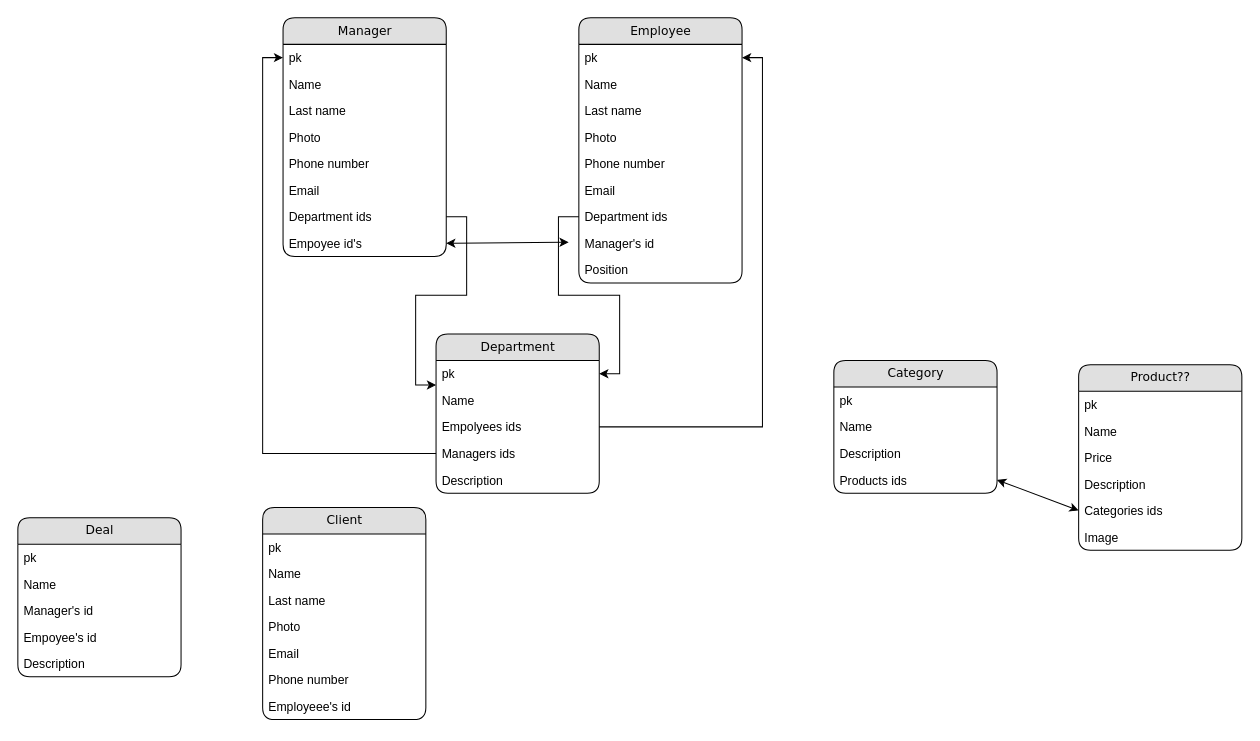
Earlier version of the draw.io diagram Диаграмма без названия.drawio (pythonolegy/crm_montana_backend). Source tidied: cells renumbered, new cells numbered last; positions are measured from the earlier drawing's top-left corner, leaving out a move shared by most shapes. Both pictures are drawn from the tidied source at 102%, with x=0, y=0 at pixel (17, 17).
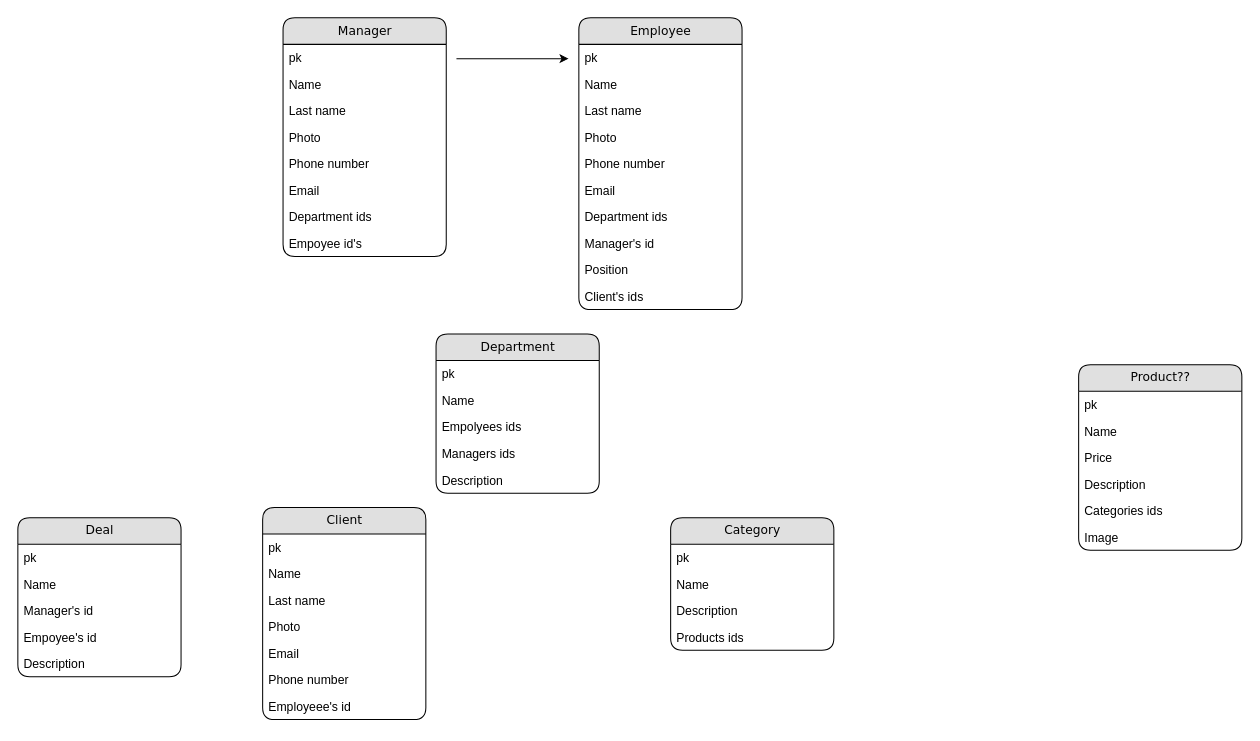
After the change.

Unchanged cells that the change refers to:
```xml
<mxCell id="3" value="pk" style="text;html=1;strokeColor=none;fillColor=none;spacingLeft=4;spacingRight=4;whiteSpace=wrap;overflow=hidden;points=[[0,0.5],[1,0.5]];portConstraint=eastwest;" parent="2" vertex="1">
  <mxGeometry y="26" width="160" height="26" as="geometry" />
</mxCell>
<mxCell id="9" value="Department ids" style="text;html=1;strokeColor=none;fillColor=none;spacingLeft=4;spacingRight=4;whiteSpace=wrap;overflow=hidden;points=[[0,0.5],[1,0.5]];portConstraint=eastwest;" parent="2" vertex="1">
  <mxGeometry y="182" width="160" height="26" as="geometry" />
</mxCell>
<mxCell id="10" value="Empoyee id's" style="text;html=1;strokeColor=none;fillColor=none;spacingLeft=4;spacingRight=4;whiteSpace=wrap;overflow=hidden;points=[[0,0.5],[1,0.5]];portConstraint=eastwest;" parent="2" vertex="1">
  <mxGeometry y="208" width="160" height="26" as="geometry" />
</mxCell>
<mxCell id="12" value="pk" style="text;html=1;strokeColor=none;fillColor=none;spacingLeft=4;spacingRight=4;whiteSpace=wrap;overflow=hidden;points=[[0,0.5],[1,0.5]];portConstraint=eastwest;" parent="11" vertex="1">
  <mxGeometry y="26" width="160" height="26" as="geometry" />
</mxCell>
<mxCell id="18" value="Department ids" style="text;html=1;strokeColor=none;fillColor=none;spacingLeft=4;spacingRight=4;whiteSpace=wrap;overflow=hidden;points=[[0,0.5],[1,0.5]];portConstraint=eastwest;" parent="11" vertex="1">
  <mxGeometry y="182" width="160" height="26" as="geometry" />
</mxCell>
<mxCell id="22" value="pk" style="text;html=1;strokeColor=none;fillColor=none;spacingLeft=4;spacingRight=4;whiteSpace=wrap;overflow=hidden;points=[[0,0.5],[1,0.5]];portConstraint=eastwest;" parent="21" vertex="1">
  <mxGeometry y="26" width="160" height="26" as="geometry" />
</mxCell>
<mxCell id="24" value="Empolyees ids" style="text;html=1;strokeColor=none;fillColor=none;spacingLeft=4;spacingRight=4;whiteSpace=wrap;overflow=hidden;points=[[0,0.5],[1,0.5]];portConstraint=eastwest;" parent="21" vertex="1">
  <mxGeometry y="78" width="160" height="26" as="geometry" />
</mxCell>
<mxCell id="25" value="Managers ids" style="text;html=1;strokeColor=none;fillColor=none;spacingLeft=4;spacingRight=4;whiteSpace=wrap;overflow=hidden;points=[[0,0.5],[1,0.5]];portConstraint=eastwest;" parent="21" vertex="1">
  <mxGeometry y="104" width="160" height="26" as="geometry" />
</mxCell>
<mxCell id="46" value="Categories ids" style="text;html=1;strokeColor=none;fillColor=none;spacingLeft=4;spacingRight=4;whiteSpace=wrap;overflow=hidden;points=[[0,0.5],[1,0.5]];portConstraint=eastwest;" parent="41" vertex="1">
  <mxGeometry y="130" width="160" height="26" as="geometry" />
</mxCell>
<mxCell id="57" value="Products ids" style="text;html=1;strokeColor=none;fillColor=none;spacingLeft=4;spacingRight=4;whiteSpace=wrap;overflow=hidden;points=[[0,0.5],[1,0.5]];portConstraint=eastwest;" parent="53" vertex="1">
  <mxGeometry y="104" width="160" height="26" as="geometry" />
</mxCell>
```

Change to the diagram source:
```diff
@@
     <mxCell id="11" value="Employee" style="swimlane;html=1;fontStyle=0;horizontal=1;startSize=26;fillColor=#e0e0e0;swimlaneFillColor=#ffffff;align=center;rounded=1;shadow=0;comic=0;labelBackgroundColor=none;strokeWidth=1;fontFamily=Verdana;fontSize=12;" parent="1" vertex="1">
-      <mxGeometry x="550" width="160" height="260" as="geometry" />
+      <mxGeometry x="550" width="160" height="286" as="geometry" />
     </mxCell>
@@
+    <mxCell id="59" value="Client's ids" style="text;html=1;strokeColor=none;fillColor=none;spacingLeft=4;spacingRight=4;whiteSpace=wrap;overflow=hidden;" parent="11" vertex="1">
+      <mxGeometry y="260" width="160" height="26" as="geometry" />
+    </mxCell>
@@
-    <mxCell id="48" style="endArrow=classic;startArrow=classic;html=1;rounded=0;exitX=1;exitY=0.5;exitDx=0;exitDy=0;" parent="1" edge="1" source="10">
-      <mxGeometry relative="1" as="geometry">
-        <mxPoint x="540" y="220" as="targetPoint" />
-      </mxGeometry>
-    </mxCell>
-    <mxCell id="49" style="edgeStyle=orthogonalEdgeStyle;rounded=0;jettySize=auto;html=1;entryX=1;entryY=0.5;entryDx=0;entryDy=0;" parent="1" edge="1" source="24" target="12">
-      <mxGeometry relative="1" as="geometry" />
-    </mxCell>
-    <mxCell id="50" style="edgeStyle=orthogonalEdgeStyle;rounded=0;jettySize=auto;html=1;" parent="1" edge="1" source="18" target="22">
-      <mxGeometry relative="1" as="geometry" />
-    </mxCell>
-    <mxCell id="51" style="edgeStyle=orthogonalEdgeStyle;rounded=0;jettySize=auto;html=1;entryX=0;entryY=0.5;entryDx=0;entryDy=0;" parent="1" edge="1" source="25" target="3">
-      <mxGeometry relative="1" as="geometry" />
-    </mxCell>
-    <mxCell id="52" style="edgeStyle=orthogonalEdgeStyle;rounded=0;jettySize=auto;html=1;entryX=0;entryY=0.923;entryDx=0;entryDy=0;entryPerimeter=0;" parent="1" edge="1" source="9" target="22">
-      <mxGeometry relative="1" as="geometry" />
-    </mxCell>
     <mxCell id="53" value="Category" style="swimlane;html=1;fontStyle=0;horizontal=1;startSize=26;fillColor=#e0e0e0;swimlaneFillColor=#ffffff;align=center;rounded=1;shadow=0;comic=0;labelBackgroundColor=none;strokeWidth=1;fontFamily=Verdana;fontSize=12;" parent="1" vertex="1">
-      <mxGeometry x="800" y="336" width="160" height="130" as="geometry" />
+      <mxGeometry x="640" y="490" width="160" height="130" as="geometry" />
     </mxCell>
@@
-    <mxCell id="58" style="endArrow=classic;startArrow=classic;html=1;rounded=0;exitX=1;exitY=0.5;exitDx=0;exitDy=0;entryX=0;entryY=0.5;entryDx=0;entryDy=0;" parent="1" edge="1" source="57" target="46">
-      <mxGeometry relative="1" as="geometry" />
-    </mxCell>
+    <mxCell id="60" style="endArrow=classic;html=1;rounded=0;" parent="1" edge="1">
+      <mxGeometry relative="1" as="geometry">
+        <mxPoint x="430" y="40" as="sourcePoint" />
+        <mxPoint x="540" y="40" as="targetPoint" />
+      </mxGeometry>
+    </mxCell>
```
